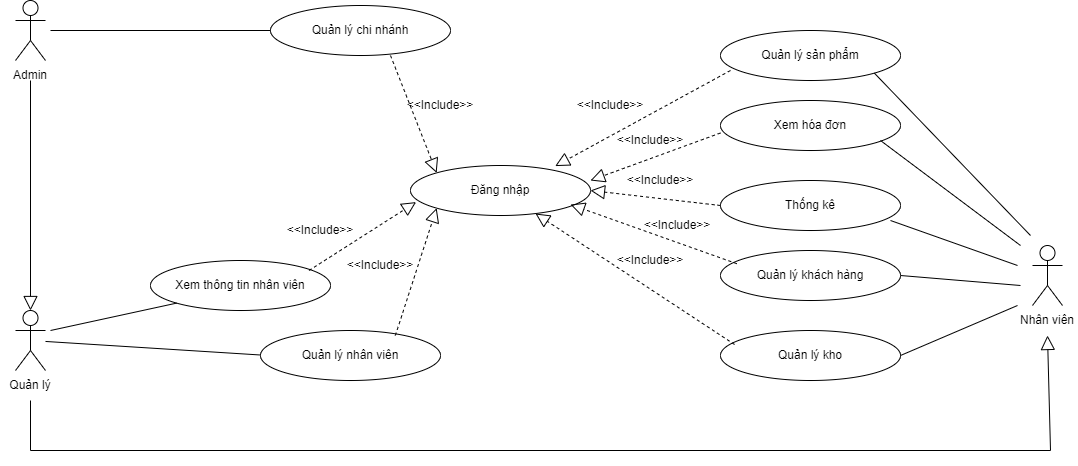
This is Sơ Đồ UseCase.png from ChauCongTu/thiet-ke-linh-tinh, a draw.io export, as it was before one commit. Source tidied: cells renumbered, new cells last; positions are measured from the earlier drawing's top-left corner, leaving out a move shared by most shapes.
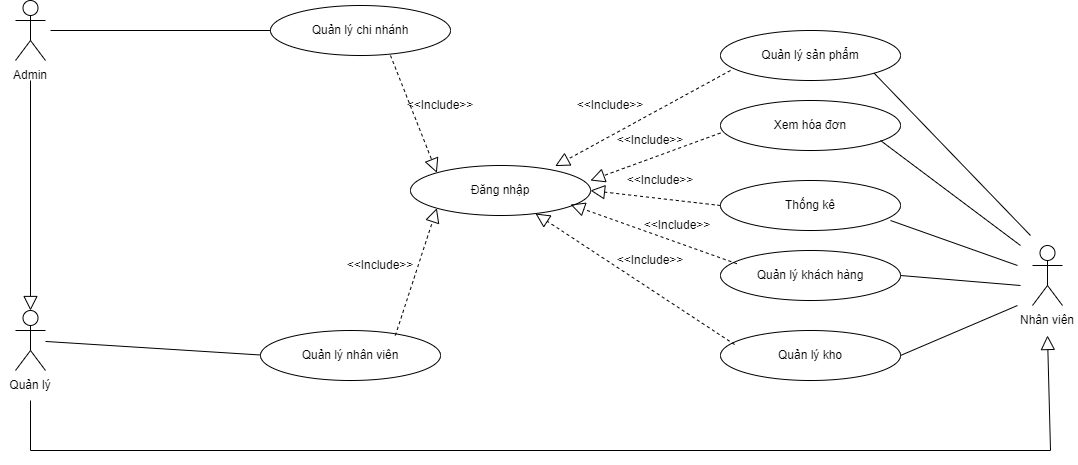
After the commit.

Commit message:
Cập nhật Sơ Đồ UseCase.png

Diff of the diagram source:
```diff
@@ -135,22 +135,6 @@
     <mxCell id="36" value="&amp;lt;&amp;lt;Include&amp;gt;&amp;gt;" style="text;html=1;strokeColor=none;fillColor=none;align=center;verticalAlign=middle;whiteSpace=wrap;rounded=0;" parent="1" vertex="1">
       <mxGeometry x="620" y="250" width="60" height="20" as="geometry" />
     </mxCell>
-    <mxCell id="37" value="Xem thông tin&amp;nbsp;nhân viên" style="ellipse;whiteSpace=wrap;html=1;" parent="1" vertex="1">
-      <mxGeometry x="150" y="260" width="180" height="50" as="geometry" />
-    </mxCell>
-    <mxCell id="38" style="endArrow=none;html=1;rounded=0;entryX=0;entryY=1;entryDx=0;entryDy=0;" parent="1" edge="1" target="37">
-      <mxGeometry relative="1" as="geometry">
-        <mxPoint x="50" y="330" as="sourcePoint" />
-      </mxGeometry>
-    </mxCell>
-    <mxCell id="39" style="endArrow=block;dashed=1;endFill=0;endSize=12;html=1;rounded=0;entryX=0.031;entryY=0.732;entryDx=0;entryDy=0;exitX=1;exitY=1;exitDx=0;exitDy=0;entryPerimeter=0;" parent="1" edge="1" target="21">
-      <mxGeometry relative="1" as="geometry">
-        <mxPoint x="308.5" y="270" as="sourcePoint" />
-      </mxGeometry>
-    </mxCell>
-    <mxCell id="40" value="&amp;lt;&amp;lt;Include&amp;gt;&amp;gt;" style="text;html=1;strokeColor=none;fillColor=none;align=center;verticalAlign=middle;whiteSpace=wrap;rounded=0;" parent="1" vertex="1">
-      <mxGeometry x="290" y="215" width="60" height="30" as="geometry" />
-    </mxCell>
     <mxCell id="41" style="edgeStyle=none;html=1;endSize=12;endArrow=block;endFill=0;rounded=0;exitX=0.5;exitY=1;exitDx=0;exitDy=0;entryX=0.5;entryY=1;entryDx=0;entryDy=0;" parent="1" edge="1" source="7" target="5">
       <mxGeometry relative="1" as="geometry">
         <Array as="points">
```
